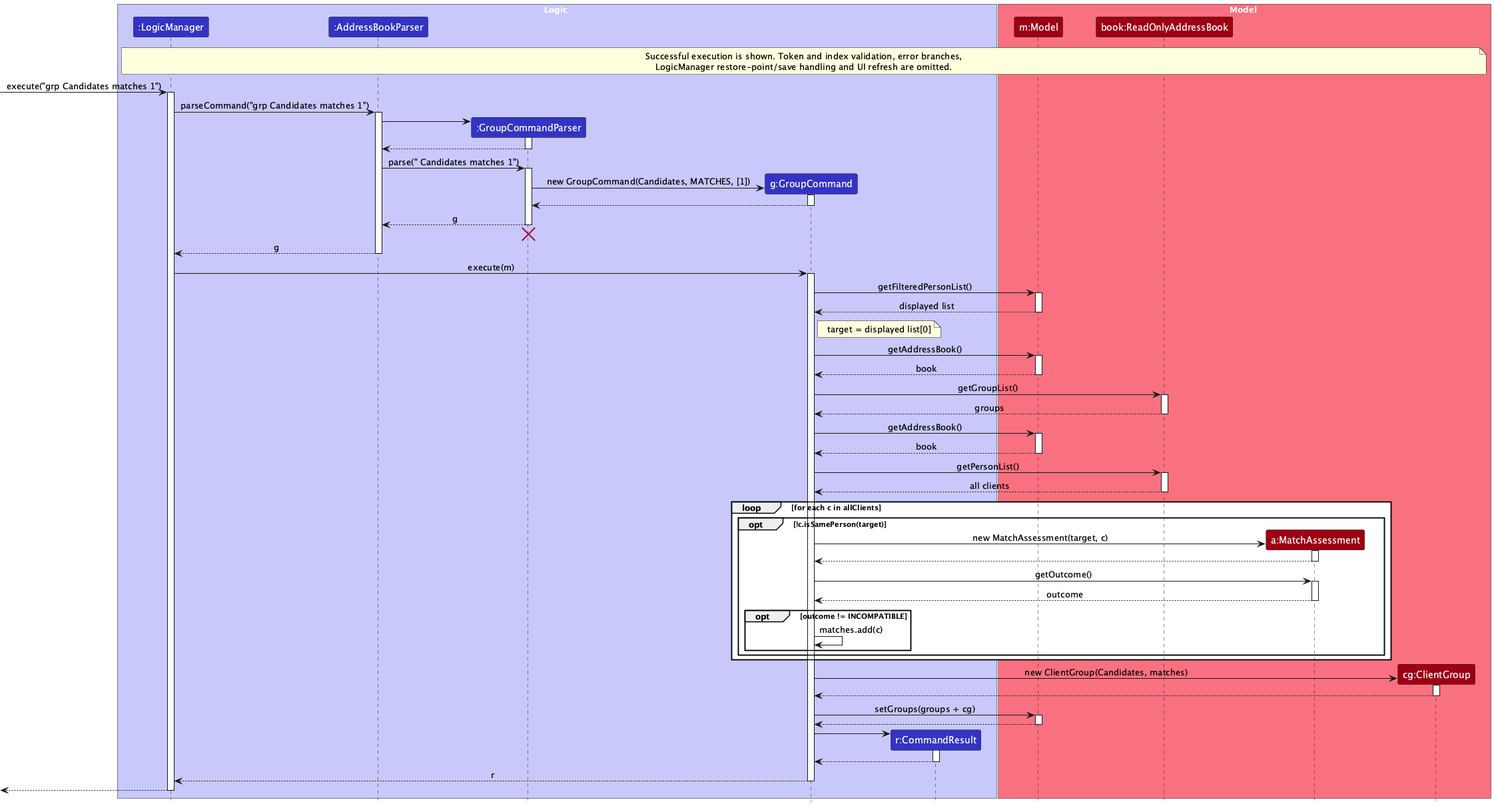
This is docs/images/GroupMatchesSequenceDiagram.png from AY2627S1-CS2103T-W09-1/tp, a PlantUML export, as it was before one commit. Source of this version:
```plantuml
@startuml
!include style.puml
skinparam ArrowFontStyle plain

box Logic LOGIC_COLOR_T1
participant ":LogicManager" as LogicManager LOGIC_COLOR
participant ":AddressBookParser" as AddressBookParser LOGIC_COLOR
participant ":GroupCommandParser" as GroupCommandParser LOGIC_COLOR
participant "g:GroupCommand" as GroupCommand LOGIC_COLOR
participant "r:CommandResult" as CommandResult LOGIC_COLOR
end box

box Model MODEL_COLOR_T1
participant "m:Model" as Model MODEL_COLOR
participant "book:ReadOnlyAddressBook" as AddressBook MODEL_COLOR
participant "a:MatchAssessment" as MatchAssessment MODEL_COLOR
participant "cg:ClientGroup" as ClientGroup MODEL_COLOR
end box

note over LogicManager, ClientGroup
Successful execution is shown. Token and index validation, error branches,
LogicManager restore-point/save handling and UI refresh are omitted.
end note

[-> LogicManager : execute("grp Candidates matches 1")
activate LogicManager

LogicManager -> AddressBookParser : parseCommand("grp Candidates matches 1")
activate AddressBookParser

create GroupCommandParser
AddressBookParser -> GroupCommandParser
activate GroupCommandParser

GroupCommandParser --> AddressBookParser
deactivate GroupCommandParser

AddressBookParser -> GroupCommandParser : parse(" Candidates matches 1")
activate GroupCommandParser

create GroupCommand
GroupCommandParser -> GroupCommand : new GroupCommand(Candidates, MATCHES, [1])
activate GroupCommand

GroupCommand --> GroupCommandParser
deactivate GroupCommand

GroupCommandParser --> AddressBookParser : g
deactivate GroupCommandParser
GroupCommandParser -[hidden]-> AddressBookParser
destroy GroupCommandParser

AddressBookParser --> LogicManager : g
deactivate AddressBookParser

LogicManager -> GroupCommand : execute(m)
activate GroupCommand

GroupCommand -> Model : getFilteredPersonList()
activate Model
Model --> GroupCommand : displayed list
deactivate Model

note right of GroupCommand : target = displayed list[0]

GroupCommand -> Model : getAddressBook()
activate Model
Model --> GroupCommand : book
deactivate Model

GroupCommand -> AddressBook : getGroupList()
activate AddressBook
AddressBook --> GroupCommand : groups
deactivate AddressBook

GroupCommand -> Model : getAddressBook()
activate Model
Model --> GroupCommand : book
deactivate Model

GroupCommand -> AddressBook : getPersonList()
activate AddressBook
AddressBook --> GroupCommand : all clients
deactivate AddressBook

loop for each c in allClients
    opt !c.isSamePerson(target)
        create MatchAssessment
        GroupCommand -> MatchAssessment : new MatchAssessment(target, c)
        activate MatchAssessment
        MatchAssessment --> GroupCommand
        deactivate MatchAssessment

        GroupCommand -> MatchAssessment : getOutcome()
        activate MatchAssessment
        MatchAssessment --> GroupCommand : outcome
        deactivate MatchAssessment

        opt outcome != INCOMPATIBLE
            GroupCommand -> GroupCommand : matches.add(c)
        end
    end
end

create ClientGroup
GroupCommand -> ClientGroup : new ClientGroup(Candidates, matches)
activate ClientGroup
ClientGroup --> GroupCommand
deactivate ClientGroup

GroupCommand -> Model : setGroups(groups + cg)
activate Model
Model --> GroupCommand
deactivate Model

create CommandResult
GroupCommand -> CommandResult
activate CommandResult
CommandResult --> GroupCommand
deactivate CommandResult

GroupCommand --> LogicManager : r
deactivate GroupCommand

[<--LogicManager
deactivate LogicManager
@enduml
```
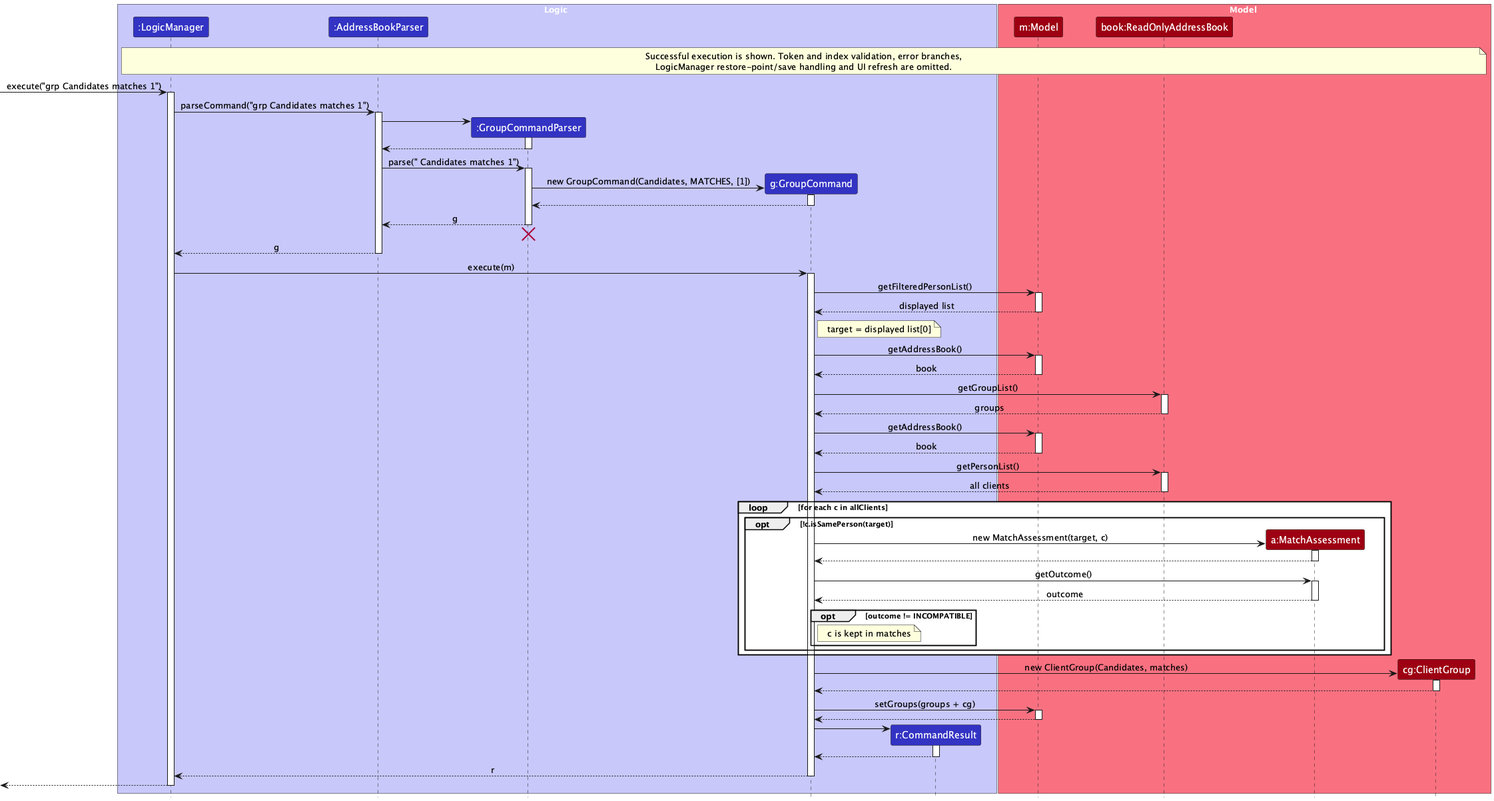
The same file after the commit.

The edit, as a diff of the source:
```diff
@@ -97,7 +97,7 @@
         deactivate MatchAssessment
 
         opt outcome != INCOMPATIBLE
-            GroupCommand -> GroupCommand : matches.add(c)
+            note right of GroupCommand : c is kept in matches
         end
     end
 end
```
